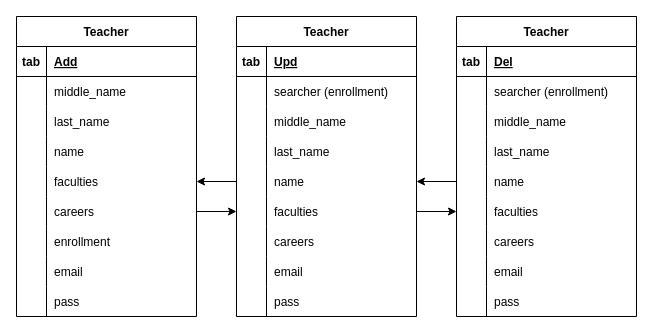
This is page "Teacher" (3 of 6) of Rectory.drawio from miguelrang/InscripcionHorarioSIASE-UANL-SIMULACION-2.0, a draw.io file, before an edit. Source tidied: cells renumbered, new cells numbered last; positions are measured from the earlier drawing's top-left corner, leaving out a move shared by most shapes. Both pictures are drawn from the tidied source at 100%, with x=0, y=0 at pixel (16, 16).
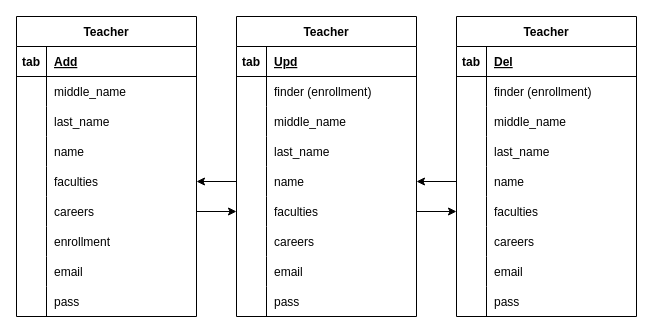
The same page after the edit.

Unchanged cells that the change refers to:
```xml
<mxCell id="34" style="shape=tableRow;horizontal=0;startSize=0;swimlaneHead=0;swimlaneBody=0;fillColor=none;top=0;left=0;right=0;bottom=0;" parent="30" vertex="1">
  <mxGeometry y="60" width="180" height="30" as="geometry" />
</mxCell>
<mxCell id="62" style="shape=tableRow;horizontal=0;startSize=0;swimlaneHead=0;swimlaneBody=0;fillColor=none;top=0;left=0;right=0;bottom=0;" parent="58" vertex="1">
  <mxGeometry y="60" width="180" height="30" as="geometry" />
</mxCell>
```

Change to the diagram source:
```diff
@@
-    <mxCell id="36" value="searcher (enrollment)" style="shape=partialRectangle;fillColor=none;top=0;left=0;bottom=0;right=0;align=left;spacingLeft=6;overflow=hidden;" parent="34" vertex="1">
+    <mxCell id="36" value="finder (enrollment)" style="shape=partialRectangle;fillColor=none;top=0;left=0;bottom=0;right=0;align=left;spacingLeft=6;overflow=hidden;" parent="34" vertex="1">
       <mxGeometry x="30" width="150" height="30" as="geometry" />
     </mxCell>
@@
-    <mxCell id="64" value="searcher (enrollment)" style="shape=partialRectangle;fillColor=none;top=0;left=0;bottom=0;right=0;align=left;spacingLeft=6;overflow=hidden;" parent="62" vertex="1">
+    <mxCell id="64" value="finder (enrollment)" style="shape=partialRectangle;fillColor=none;top=0;left=0;bottom=0;right=0;align=left;spacingLeft=6;overflow=hidden;" parent="62" vertex="1">
       <mxGeometry x="30" width="150" height="30" as="geometry" />
     </mxCell>
```
